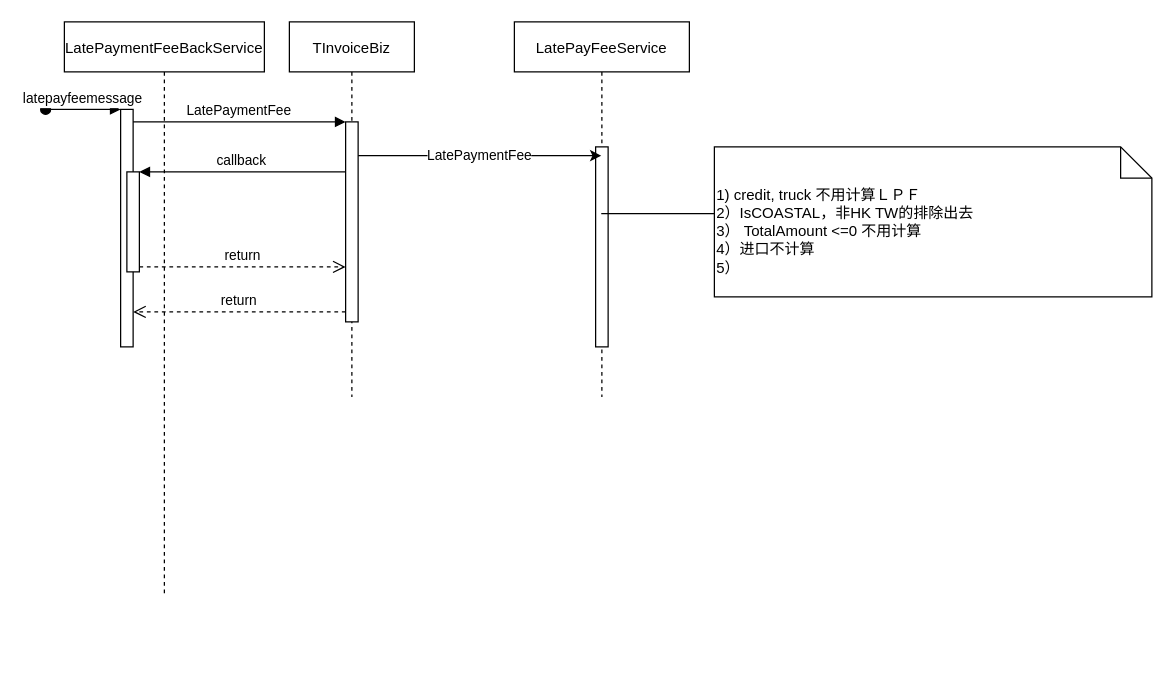
Above: LPF.drawio in yi2003/diagram (draw.io), before the change. Source tidied: cells renumbered, new cells numbered last; positions are measured from the earlier drawing's top-left corner, leaving out a move shared by most shapes. Both pictures are drawn from the tidied source at 125%, with x=0, y=0 at pixel (45, 21).
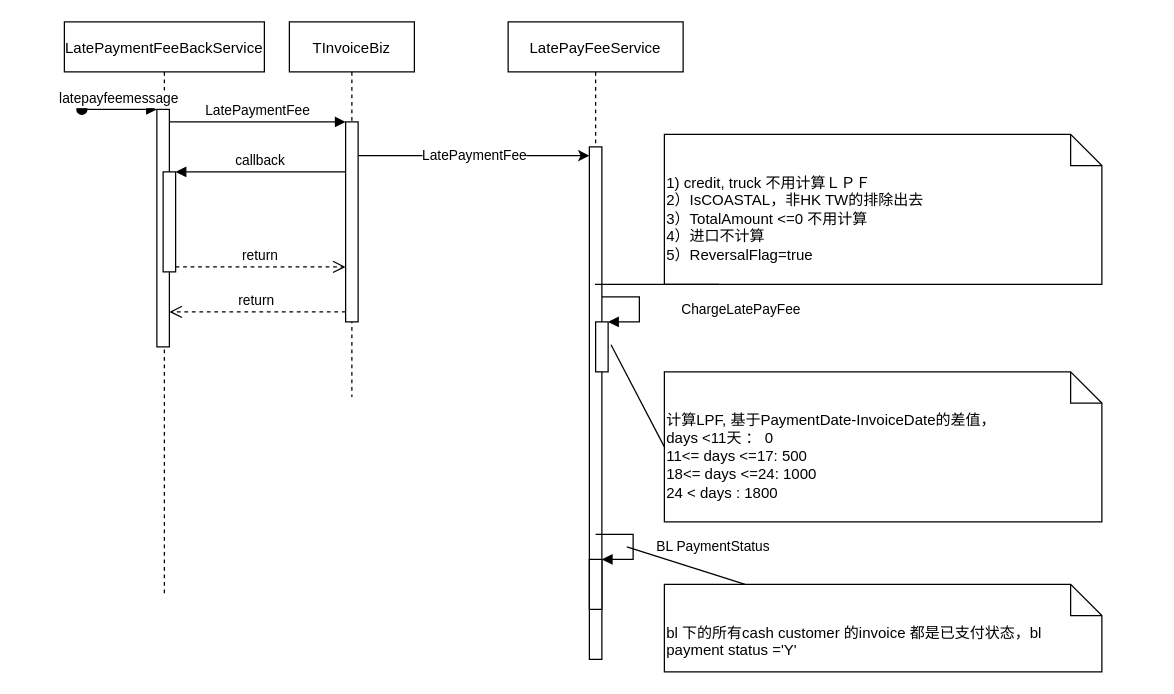
The same page after the edit.

The change refers to these unchanged cells:
```xml
<mxCell id="2" value="LatePaymentFeeBackService" style="shape=umlLifeline;perimeter=lifelinePerimeter;rounded=0;shadow=0;strokeWidth=1;" parent="1" vertex="1">
  <mxGeometry x="15" width="160" height="460" as="geometry" />
</mxCell>
```

Change to the diagram source:
```diff
@@
     <mxCell id="3" style="points=[];perimeter=orthogonalPerimeter;rounded=0;shadow=0;strokeWidth=1;" parent="2" vertex="1">
-      <mxGeometry x="45" y="70" width="10" height="190" as="geometry" />
+      <mxGeometry x="74" y="70" width="10" height="190" as="geometry" />
     </mxCell>
     <mxCell id="4" value="latepayfeemessage" style="verticalAlign=bottom;startArrow=oval;endArrow=block;startSize=8;shadow=0;strokeWidth=1;" parent="2" edge="1" target="3">
       <mxGeometry relative="1" as="geometry">
-        <mxPoint x="-15" y="70" as="sourcePoint" />
+        <mxPoint x="14" y="70" as="sourcePoint" />
       </mxGeometry>
     </mxCell>
     <mxCell id="5" style="points=[];perimeter=orthogonalPerimeter;rounded=0;shadow=0;strokeWidth=1;" parent="2" vertex="1">
-      <mxGeometry x="50" y="120" width="10" height="80" as="geometry" />
+      <mxGeometry x="79" y="120" width="10" height="80" as="geometry" />
     </mxCell>
+    <mxCell id="17" style="endArrow=none;html=1;rounded=0;" parent="2" edge="1" target="24">
+      <mxGeometry relative="1" as="geometry">
+        <mxPoint x="450" y="420" as="sourcePoint" />
+      </mxGeometry>
+    </mxCell>
@@
     <mxCell id="12" value="LatePayFeeService" style="shape=umlLifeline;perimeter=lifelinePerimeter;rounded=0;shadow=0;strokeWidth=1;" parent="1" vertex="1">
-      <mxGeometry x="375" width="140" height="300" as="geometry" />
+      <mxGeometry x="370" width="140" height="510" as="geometry" />
     </mxCell>
     <mxCell id="13" style="points=[];perimeter=orthogonalPerimeter;rounded=0;shadow=0;strokeWidth=1;" parent="12" vertex="1">
-      <mxGeometry x="65" y="100" width="10" height="160" as="geometry" />
+      <mxGeometry x="65" y="100" width="10" height="410" as="geometry" />
     </mxCell>
+    <mxCell id="18" style="html=1;points=[];perimeter=orthogonalPerimeter;" parent="12" vertex="1">
+      <mxGeometry x="70" y="240" width="10" height="40" as="geometry" />
+    </mxCell>
+    <mxCell id="19" value="ChargeLatePayFee" style="edgeStyle=orthogonalEdgeStyle;html=1;align=left;spacingLeft=2;endArrow=block;rounded=0;entryX=1;entryY=0;" parent="12" edge="1" target="18">
+      <mxGeometry x="0.07" y="30" relative="1" as="geometry">
+        <mxPoint x="75" y="220" as="sourcePoint" />
+        <Array as="points">
+          <mxPoint x="105" y="220" />
+        </Array>
+      </mxGeometry>
+    </mxCell>
+    <mxCell id="20" style="html=1;points=[];perimeter=orthogonalPerimeter;" parent="12" vertex="1">
+      <mxGeometry x="65" y="430" width="10" height="40" as="geometry" />
+    </mxCell>
+    <mxCell id="21" value="BL PaymentStatus" style="edgeStyle=orthogonalEdgeStyle;html=1;align=left;spacingLeft=2;endArrow=block;rounded=0;entryX=1;entryY=0;" parent="12" edge="1" target="20">
+      <mxGeometry x="0.07" y="15" relative="1" as="geometry">
+        <mxPoint x="70" y="410" as="sourcePoint" />
+        <Array as="points">
+          <mxPoint x="100" y="410" />
+        </Array>
+      </mxGeometry>
+    </mxCell>
     <mxCell id="14" value="LatePaymentFee" style="edgeStyle=orthogonalEdgeStyle;rounded=0;orthogonalLoop=1;jettySize=auto;html=1;" parent="1" edge="1">
       <mxGeometry relative="1" as="geometry">
         <mxPoint x="250" y="107" as="sourcePoint" />
-        <mxPoint x="444.5" y="107" as="targetPoint" />
+        <mxPoint x="435" y="107" as="targetPoint" />
         <Array as="points">
           <mxPoint x="375" y="107" />
           <mxPoint x="375" y="107" />
         </Array>
       </mxGeometry>
     </mxCell>
-    <mxCell id="15" value="&lt;div style=&quot;&quot;&gt;&lt;span style=&quot;background-color: initial;&quot;&gt;1) credit, truck 不用计算ＬＰＦ&lt;/span&gt;&lt;/div&gt;&lt;div style=&quot;&quot;&gt;&lt;span style=&quot;background-color: initial;&quot;&gt;2）&lt;/span&gt;&lt;span style=&quot;background-color: initial;&quot;&gt;IsCOASTAL，&lt;/span&gt;&lt;span style=&quot;background-color: initial;&quot;&gt;非HK TW的排除出去&lt;/span&gt;&lt;/div&gt;&lt;div style=&quot;&quot;&gt;3）&amp;nbsp;TotalAmount &amp;lt;=0 不用计算&lt;/div&gt;&lt;div style=&quot;&quot;&gt;4）进口不计算&lt;/div&gt;&lt;div style=&quot;&quot;&gt;5）&lt;/div&gt;" style="shape=note2;boundedLbl=1;whiteSpace=wrap;html=1;size=25;verticalAlign=top;align=left;" parent="1" vertex="1">
-      <mxGeometry x="535" y="100" width="350" height="120" as="geometry" />
+    <mxCell id="15" value="&lt;div style=&quot;&quot;&gt;&lt;span style=&quot;background-color: initial;&quot;&gt;1) credit, truck 不用计算ＬＰＦ&lt;/span&gt;&lt;/div&gt;&lt;div style=&quot;&quot;&gt;&lt;span style=&quot;background-color: initial;&quot;&gt;2）&lt;/span&gt;&lt;span style=&quot;background-color: initial;&quot;&gt;IsCOASTAL，&lt;/span&gt;&lt;span style=&quot;background-color: initial;&quot;&gt;非HK TW的排除出去&lt;/span&gt;&lt;/div&gt;&lt;div style=&quot;&quot;&gt;3）TotalAmount &amp;lt;=0 不用计算&lt;/div&gt;&lt;div style=&quot;&quot;&gt;4）进口不计算&lt;/div&gt;&lt;div style=&quot;&quot;&gt;5）ReversalFlag=true&lt;/div&gt;&lt;div style=&quot;&quot;&gt;&lt;br&gt;&lt;/div&gt;" style="shape=note2;boundedLbl=1;whiteSpace=wrap;html=1;size=25;verticalAlign=top;align=left;" parent="1" vertex="1">
+      <mxGeometry x="495" y="90" width="350" height="120" as="geometry" />
     </mxCell>
@@
+    <mxCell id="22" value="&lt;div style=&quot;&quot;&gt;计算LPF, 基于PaymentDate-InvoiceDate的差值，&lt;/div&gt;&lt;div style=&quot;&quot;&gt;days &amp;lt;11天 ： 0&lt;/div&gt;&lt;div style=&quot;&quot;&gt;11&amp;lt;= days &amp;lt;=17: 500&lt;/div&gt;&lt;div style=&quot;&quot;&gt;18&amp;lt;= days &amp;lt;=24: 1000&lt;/div&gt;&lt;div style=&quot;&quot;&gt;24 &amp;lt; days : 1800&lt;/div&gt;&lt;div style=&quot;&quot;&gt;&lt;br&gt;&lt;/div&gt;" style="shape=note2;boundedLbl=1;whiteSpace=wrap;html=1;size=25;verticalAlign=top;align=left;" parent="1" vertex="1">
+      <mxGeometry x="495" y="280" width="350" height="120" as="geometry" />
+    </mxCell>
+    <mxCell id="23" style="endArrow=none;html=1;rounded=0;entryX=0;entryY=0.5;entryDx=0;entryDy=0;entryPerimeter=0;exitX=1.733;exitY=0.386;exitDx=0;exitDy=0;exitPerimeter=0;" parent="1" edge="1" source="13" target="22">
+      <mxGeometry relative="1" as="geometry" />
+    </mxCell>
+    <mxCell id="24" value="&lt;div style=&quot;&quot;&gt;bl 下的所有cash customer 的invoice 都是已支付状态，bl payment status ='Y'&lt;/div&gt;" style="shape=note2;boundedLbl=1;whiteSpace=wrap;html=1;size=25;verticalAlign=top;align=left;" parent="1" vertex="1">
+      <mxGeometry x="495" y="450" width="350" height="70" as="geometry" />
+    </mxCell>
```
